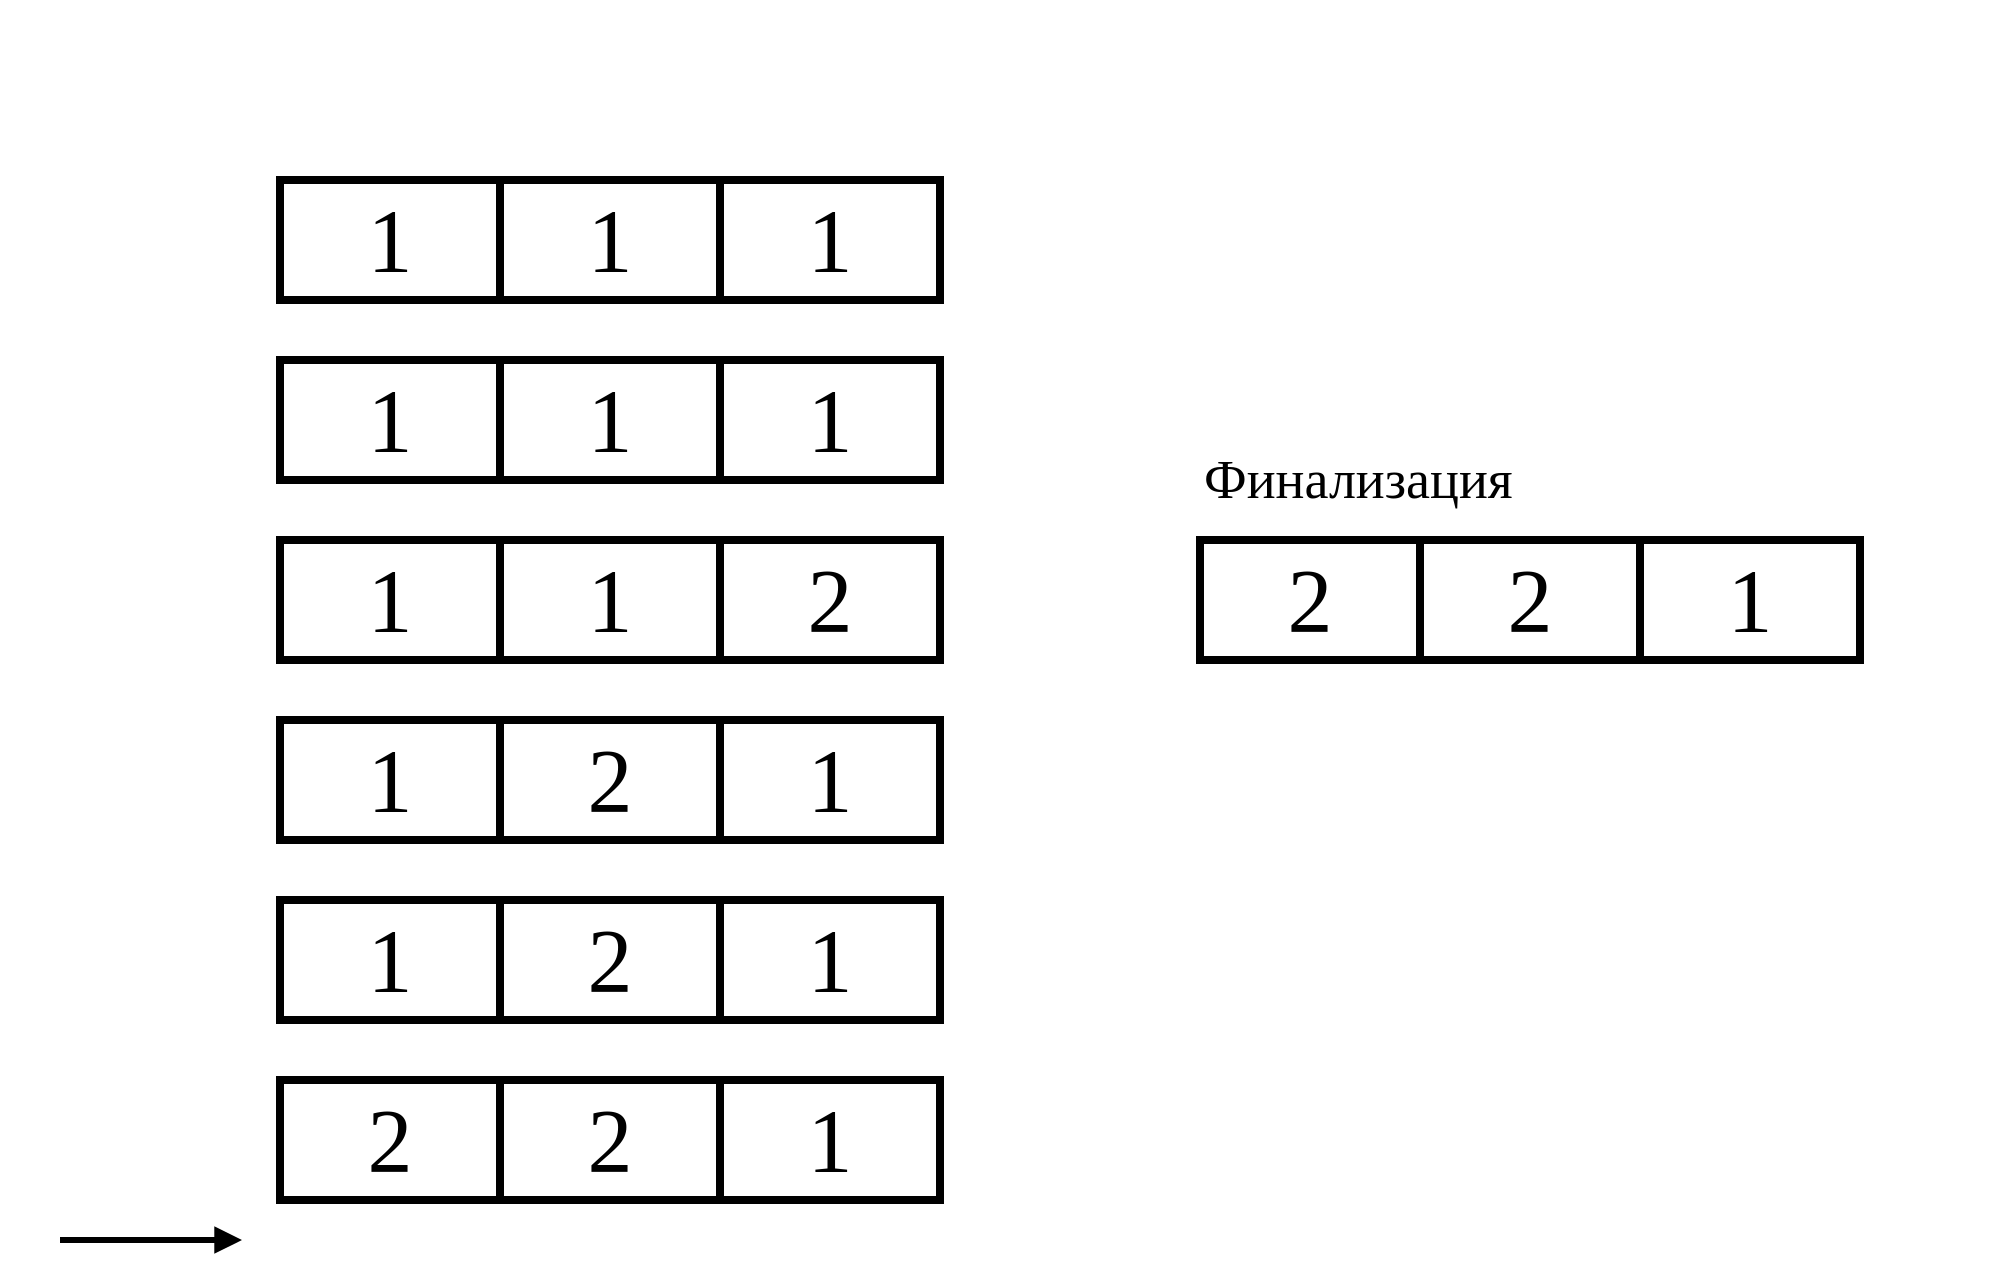
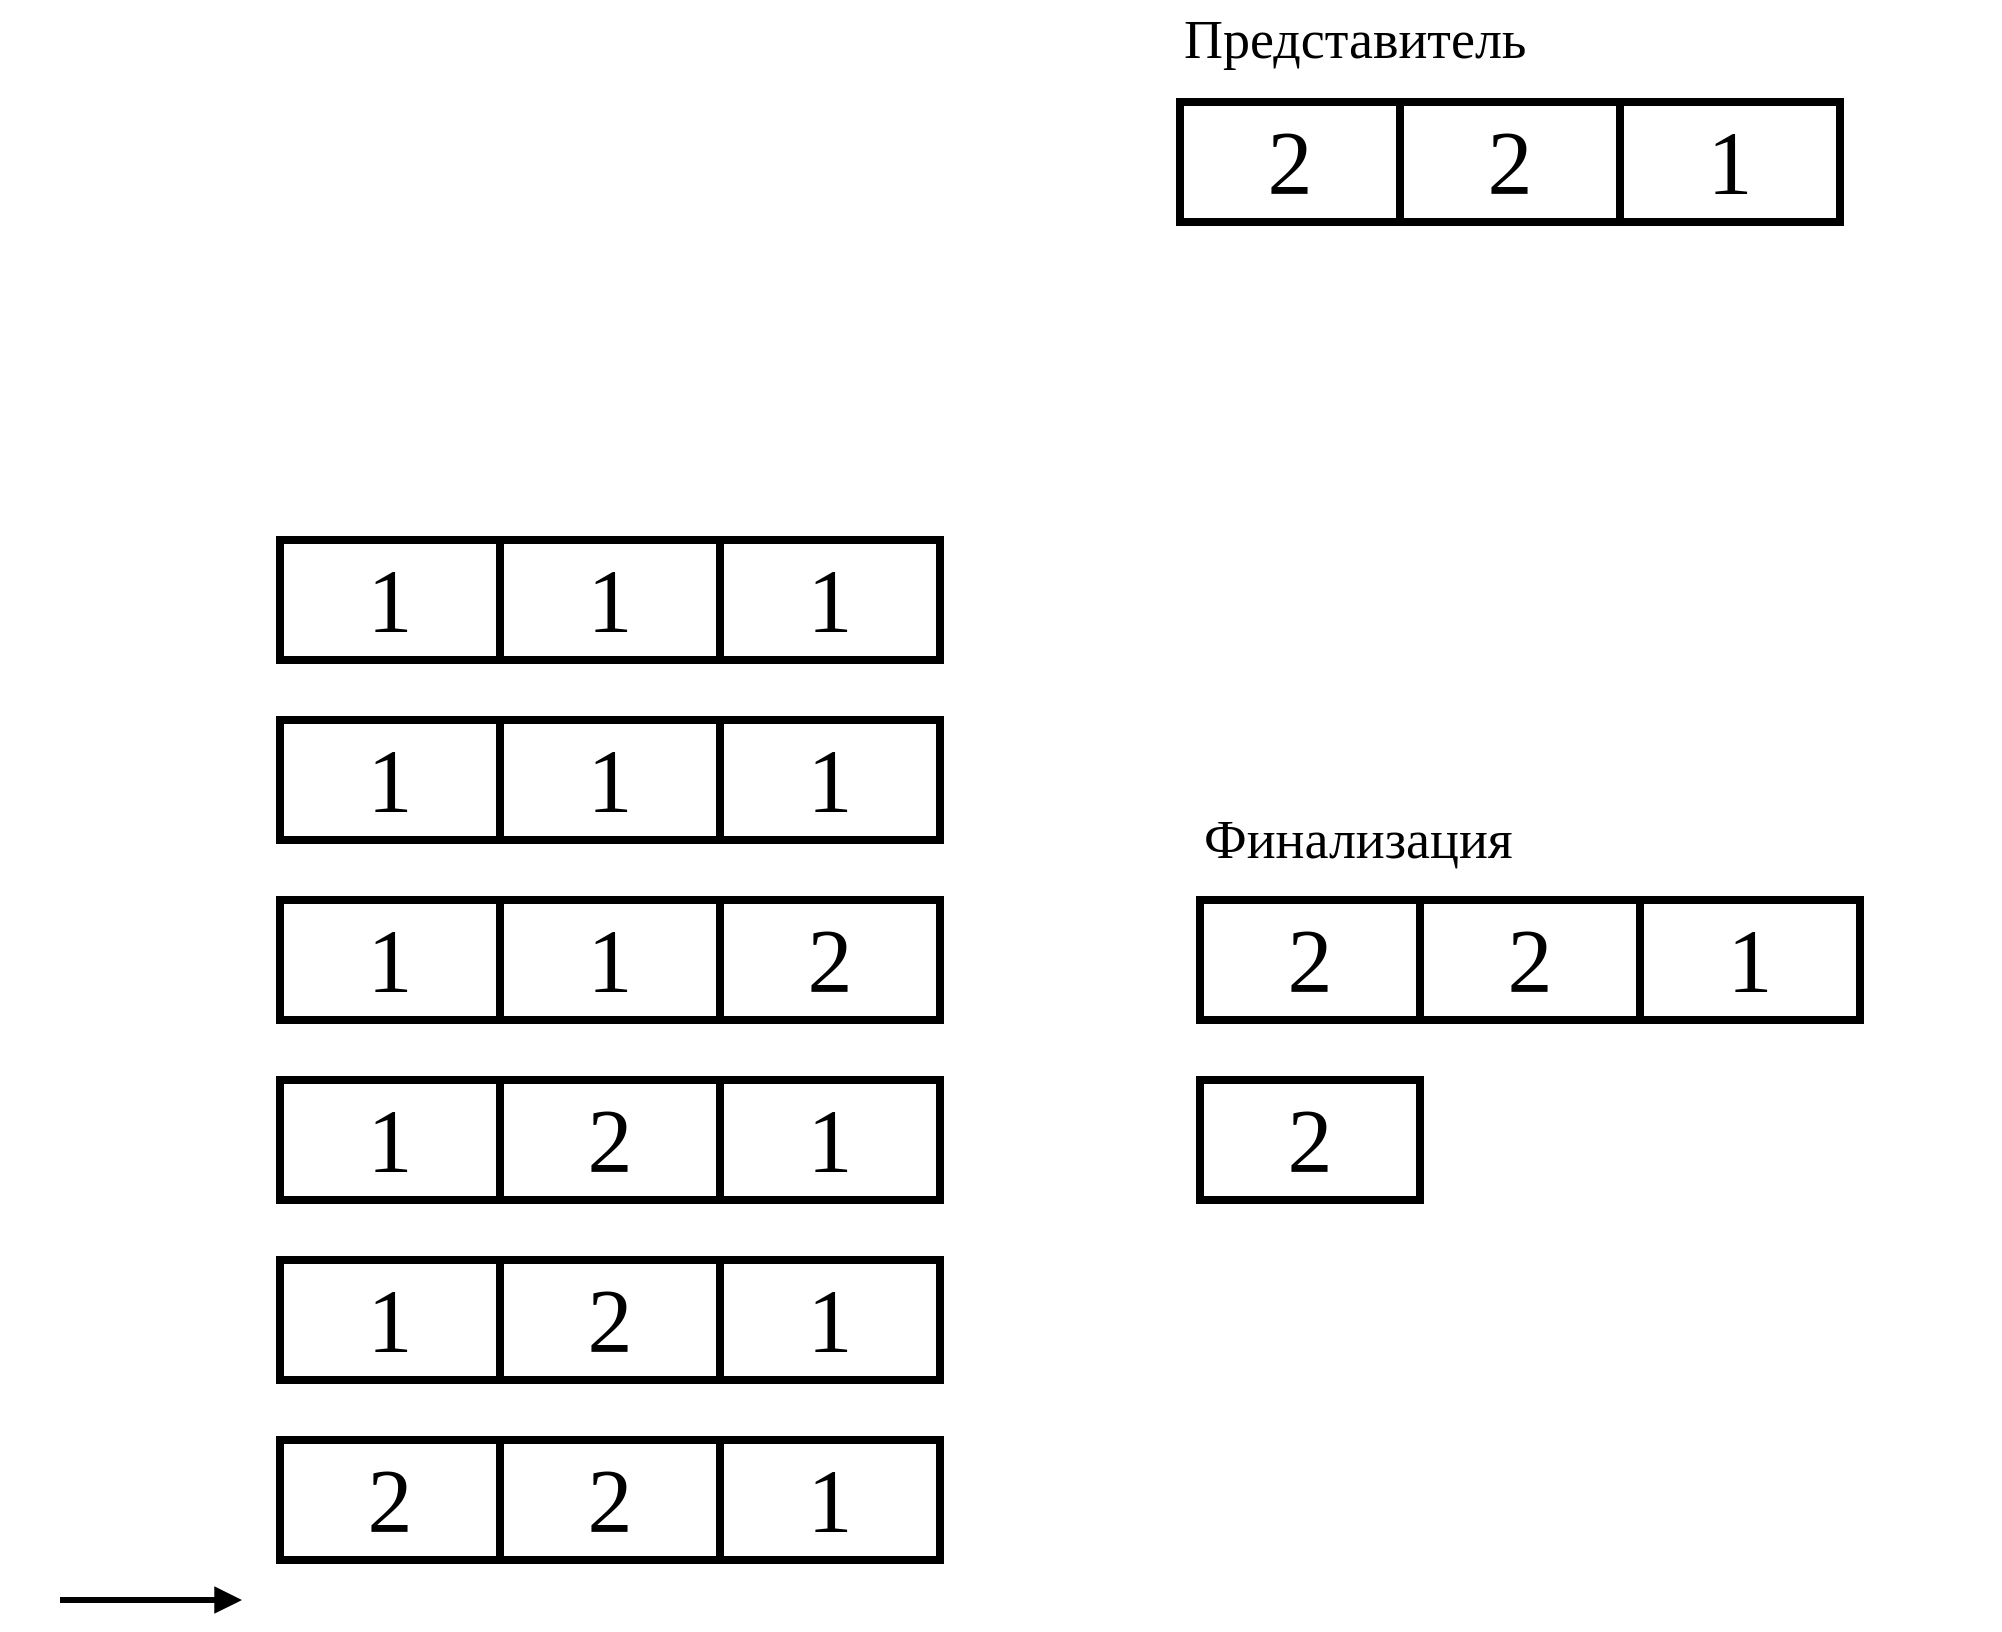
<mxfile host="Electron" agent="Mozilla/5.0 (X11; Linux x86_64) AppleWebKit/537.36 (KHTML, like Gecko) draw.io/28.2.5 Chrome/138.0.7204.251 Electron/37.6.1 Safari/537.36" version="28.2.5">
  <diagram name="Page-1" id="GfGg8vSMIT9For8mOx6F">
-     <mxGraphModel dx="2053" dy="1203" grid="1" gridSize="10" guides="1" tooltips="1" connect="1" arrows="1" fold="1" page="1" pageScale="1" pageWidth="827" pageHeight="1169" math="0" shadow="0">
+     <mxGraphModel dx="1893" dy="1046" grid="1" gridSize="10" guides="1" tooltips="1" connect="1" arrows="1" fold="1" page="1" pageScale="1" pageWidth="827" pageHeight="1169" math="0" shadow="0">
      <root>
        <mxCell id="0" />
        <mxCell id="1" parent="0" />
-         <mxCell id="SmQE3OdJal49Trbu4Vu5-57" value="" style="rounded=0;whiteSpace=wrap;html=1;strokeColor=none;" vertex="1" parent="1">
+         <mxCell id="SmQE3OdJal49Trbu4Vu5-57" value="" style="rounded=0;whiteSpace=wrap;html=1;strokeColor=none;" parent="1" vertex="1">
          <mxGeometry x="-70" y="530" width="1000" height="635" as="geometry" />
        </mxCell>
-         <mxCell id="SmQE3OdJal49Trbu4Vu5-2" value="1" style="rounded=0;whiteSpace=wrap;html=1;fontFamily=JetBrains Mono;fontSize=45;strokeWidth=4;" vertex="1" parent="1">
+         <mxCell id="SmQE3OdJal49Trbu4Vu5-2" value="1" style="rounded=0;whiteSpace=wrap;html=1;fontFamily=JetBrains Mono;fontSize=45;strokeWidth=4;" parent="1" vertex="1">
          <mxGeometry x="70" y="620" width="110" height="60" as="geometry" />
        </mxCell>
-         <mxCell id="SmQE3OdJal49Trbu4Vu5-3" value="1" style="rounded=0;whiteSpace=wrap;html=1;fontFamily=JetBrains Mono;fontSize=45;strokeWidth=4;" vertex="1" parent="1">
+         <mxCell id="SmQE3OdJal49Trbu4Vu5-3" value="1" style="rounded=0;whiteSpace=wrap;html=1;fontFamily=JetBrains Mono;fontSize=45;strokeWidth=4;fillColor=#FFFFFF;" parent="1" vertex="1">
          <mxGeometry x="180" y="620" width="110" height="60" as="geometry" />
        </mxCell>
-         <mxCell id="SmQE3OdJal49Trbu4Vu5-4" value="1" style="rounded=0;whiteSpace=wrap;html=1;fontFamily=JetBrains Mono;fontSize=45;strokeWidth=4;" vertex="1" parent="1">
+         <mxCell id="SmQE3OdJal49Trbu4Vu5-4" value="1" style="rounded=0;whiteSpace=wrap;html=1;fontFamily=JetBrains Mono;fontSize=45;strokeWidth=4;fillColor=#FFFFFF;" parent="1" vertex="1">
          <mxGeometry x="290" y="620" width="110" height="60" as="geometry" />
        </mxCell>
-         <mxCell id="SmQE3OdJal49Trbu4Vu5-5" value="1" style="rounded=0;whiteSpace=wrap;html=1;fontFamily=JetBrains Mono;fontSize=45;strokeWidth=4;" vertex="1" parent="1">
+         <mxCell id="SmQE3OdJal49Trbu4Vu5-5" value="1" style="rounded=0;whiteSpace=wrap;html=1;fontFamily=JetBrains Mono;fontSize=45;strokeWidth=4;" parent="1" vertex="1">
          <mxGeometry x="70" y="710" width="110" height="60" as="geometry" />
        </mxCell>
-         <mxCell id="SmQE3OdJal49Trbu4Vu5-6" value="1" style="rounded=0;whiteSpace=wrap;html=1;fontFamily=JetBrains Mono;fontSize=45;strokeWidth=4;" vertex="1" parent="1">
+         <mxCell id="SmQE3OdJal49Trbu4Vu5-6" value="1" style="rounded=0;whiteSpace=wrap;html=1;fontFamily=JetBrains Mono;fontSize=45;strokeWidth=4;fillColor=#FFFFFF;" parent="1" vertex="1">
          <mxGeometry x="180" y="710" width="110" height="60" as="geometry" />
        </mxCell>
-         <mxCell id="SmQE3OdJal49Trbu4Vu5-7" value="1" style="rounded=0;whiteSpace=wrap;html=1;fontFamily=JetBrains Mono;fontSize=45;strokeWidth=4;" vertex="1" parent="1">
+         <mxCell id="SmQE3OdJal49Trbu4Vu5-7" value="1" style="rounded=0;whiteSpace=wrap;html=1;fontFamily=JetBrains Mono;fontSize=45;strokeWidth=4;fillColor=#FFFFFF;" parent="1" vertex="1">
          <mxGeometry x="290" y="710" width="110" height="60" as="geometry" />
        </mxCell>
-         <mxCell id="SmQE3OdJal49Trbu4Vu5-8" value="1" style="rounded=0;whiteSpace=wrap;html=1;fontFamily=JetBrains Mono;fontSize=45;strokeWidth=4;" vertex="1" parent="1">
+         <mxCell id="SmQE3OdJal49Trbu4Vu5-8" value="1" style="rounded=0;whiteSpace=wrap;html=1;fontFamily=JetBrains Mono;fontSize=45;strokeWidth=4;" parent="1" vertex="1">
          <mxGeometry x="70" y="800" width="110" height="60" as="geometry" />
        </mxCell>
-         <mxCell id="SmQE3OdJal49Trbu4Vu5-9" value="1" style="rounded=0;whiteSpace=wrap;html=1;fontFamily=JetBrains Mono;fontSize=45;strokeWidth=4;" vertex="1" parent="1">
+         <mxCell id="SmQE3OdJal49Trbu4Vu5-9" value="1" style="rounded=0;whiteSpace=wrap;html=1;fontFamily=JetBrains Mono;fontSize=45;strokeWidth=4;fillColor=#FFFFFF;" parent="1" vertex="1">
          <mxGeometry x="180" y="800" width="110" height="60" as="geometry" />
        </mxCell>
-         <mxCell id="SmQE3OdJal49Trbu4Vu5-10" value="&lt;font style=&quot;color: rgb(0, 0, 0);&quot;&gt;2&lt;/font&gt;" style="rounded=0;whiteSpace=wrap;html=1;fontFamily=JetBrains Mono;fontSize=45;strokeWidth=4;" vertex="1" parent="1">
+         <mxCell id="SmQE3OdJal49Trbu4Vu5-10" value="&lt;font style=&quot;color: rgb(0, 0, 0);&quot;&gt;2&lt;/font&gt;" style="rounded=0;whiteSpace=wrap;html=1;fontFamily=JetBrains Mono;fontSize=45;strokeWidth=4;fillColor=#FFFFFF;" parent="1" vertex="1">
          <mxGeometry x="290" y="800" width="110" height="60" as="geometry" />
        </mxCell>
-         <mxCell id="SmQE3OdJal49Trbu4Vu5-11" value="1" style="rounded=0;whiteSpace=wrap;html=1;fontFamily=JetBrains Mono;fontSize=45;strokeWidth=4;" vertex="1" parent="1">
+         <mxCell id="SmQE3OdJal49Trbu4Vu5-11" value="1" style="rounded=0;whiteSpace=wrap;html=1;fontFamily=JetBrains Mono;fontSize=45;strokeWidth=4;" parent="1" vertex="1">
          <mxGeometry x="70" y="890" width="110" height="60" as="geometry" />
        </mxCell>
-         <mxCell id="SmQE3OdJal49Trbu4Vu5-12" value="2" style="rounded=0;whiteSpace=wrap;html=1;fontFamily=JetBrains Mono;fontSize=45;strokeWidth=4;fontColor=#000000;" vertex="1" parent="1">
+         <mxCell id="SmQE3OdJal49Trbu4Vu5-12" value="&lt;font style=&quot;color: rgb(0, 0, 0);&quot;&gt;2&lt;/font&gt;" style="rounded=0;whiteSpace=wrap;html=1;fontFamily=JetBrains Mono;fontSize=45;strokeWidth=4;fontColor=#CC0000;labelBackgroundColor=none;fillColor=#FFFFFF;" parent="1" vertex="1">
          <mxGeometry x="180" y="890" width="110" height="60" as="geometry" />
        </mxCell>
-         <mxCell id="SmQE3OdJal49Trbu4Vu5-13" value="1" style="rounded=0;whiteSpace=wrap;html=1;fontFamily=JetBrains Mono;fontSize=45;strokeWidth=4;fontColor=#000000;" vertex="1" parent="1">
+         <mxCell id="SmQE3OdJal49Trbu4Vu5-13" value="&lt;font style=&quot;color: rgb(0, 0, 0);&quot;&gt;1&lt;/font&gt;" style="rounded=0;whiteSpace=wrap;html=1;fontFamily=JetBrains Mono;fontSize=45;strokeWidth=4;fontColor=#CC0000;labelBackgroundColor=none;fillColor=#FFFFFF;" parent="1" vertex="1">
          <mxGeometry x="290" y="890" width="110" height="60" as="geometry" />
        </mxCell>
-         <mxCell id="SmQE3OdJal49Trbu4Vu5-14" value="1" style="rounded=0;whiteSpace=wrap;html=1;fontFamily=JetBrains Mono;fontSize=45;strokeWidth=4;" vertex="1" parent="1">
+         <mxCell id="SmQE3OdJal49Trbu4Vu5-14" value="1" style="rounded=0;whiteSpace=wrap;html=1;fontFamily=JetBrains Mono;fontSize=45;strokeWidth=4;" parent="1" vertex="1">
          <mxGeometry x="70" y="980" width="110" height="60" as="geometry" />
        </mxCell>
-         <mxCell id="SmQE3OdJal49Trbu4Vu5-15" value="2" style="rounded=0;whiteSpace=wrap;html=1;fontFamily=JetBrains Mono;fontSize=45;strokeWidth=4;" vertex="1" parent="1">
+         <mxCell id="SmQE3OdJal49Trbu4Vu5-15" value="2" style="rounded=0;whiteSpace=wrap;html=1;fontFamily=JetBrains Mono;fontSize=45;strokeWidth=4;fillColor=#FFFFFF;" parent="1" vertex="1">
          <mxGeometry x="180" y="980" width="110" height="60" as="geometry" />
        </mxCell>
-         <mxCell id="SmQE3OdJal49Trbu4Vu5-16" value="1" style="rounded=0;whiteSpace=wrap;html=1;fontFamily=JetBrains Mono;fontSize=45;strokeWidth=4;" vertex="1" parent="1">
+         <mxCell id="SmQE3OdJal49Trbu4Vu5-16" value="1" style="rounded=0;whiteSpace=wrap;html=1;fontFamily=JetBrains Mono;fontSize=45;strokeWidth=4;fillColor=#FFFFFF;" parent="1" vertex="1">
          <mxGeometry x="290" y="980" width="110" height="60" as="geometry" />
        </mxCell>
-         <mxCell id="SmQE3OdJal49Trbu4Vu5-17" value="&lt;font style=&quot;color: rgb(0, 0, 0);&quot;&gt;2&lt;/font&gt;" style="rounded=0;whiteSpace=wrap;html=1;fontFamily=JetBrains Mono;fontSize=45;strokeWidth=4;" vertex="1" parent="1">
+         <mxCell id="SmQE3OdJal49Trbu4Vu5-17" value="&lt;font style=&quot;&quot;&gt;2&lt;/font&gt;" style="rounded=0;whiteSpace=wrap;html=1;fontFamily=JetBrains Mono;fontSize=45;strokeWidth=4;fontColor=#000000;" parent="1" vertex="1">
          <mxGeometry x="70" y="1070" width="110" height="60" as="geometry" />
        </mxCell>
-         <mxCell id="SmQE3OdJal49Trbu4Vu5-18" value="2" style="rounded=0;whiteSpace=wrap;html=1;fontFamily=JetBrains Mono;fontSize=45;strokeWidth=4;" vertex="1" parent="1">
+         <mxCell id="SmQE3OdJal49Trbu4Vu5-18" value="2" style="rounded=0;whiteSpace=wrap;html=1;fontFamily=JetBrains Mono;fontSize=45;strokeWidth=4;fillColor=#FFFFFF;" parent="1" vertex="1">
          <mxGeometry x="180" y="1070" width="110" height="60" as="geometry" />
        </mxCell>
-         <mxCell id="SmQE3OdJal49Trbu4Vu5-19" value="1" style="rounded=0;whiteSpace=wrap;html=1;fontFamily=JetBrains Mono;fontSize=45;strokeWidth=4;" vertex="1" parent="1">
+         <mxCell id="SmQE3OdJal49Trbu4Vu5-19" value="1" style="rounded=0;whiteSpace=wrap;html=1;fontFamily=JetBrains Mono;fontSize=45;strokeWidth=4;fillColor=#FFFFFF;" parent="1" vertex="1">
          <mxGeometry x="290" y="1070" width="110" height="60" as="geometry" />
        </mxCell>
-         <mxCell id="SmQE3OdJal49Trbu4Vu5-67" value="" style="endArrow=block;html=1;rounded=0;strokeWidth=3;endFill=1;" edge="1" parent="1">
+         <mxCell id="SmQE3OdJal49Trbu4Vu5-68" value="2" style="rounded=0;whiteSpace=wrap;html=1;fontFamily=JetBrains Mono;fontSize=45;strokeWidth=4;" parent="1" vertex="1">
+           <mxGeometry x="530" y="800" width="110" height="60" as="geometry" />
+         </mxCell>
+         <mxCell id="SmQE3OdJal49Trbu4Vu5-69" value="2" style="rounded=0;whiteSpace=wrap;html=1;fontFamily=JetBrains Mono;fontSize=45;strokeWidth=4;" parent="1" vertex="1">
+           <mxGeometry x="640" y="800" width="110" height="60" as="geometry" />
+         </mxCell>
+         <mxCell id="SmQE3OdJal49Trbu4Vu5-70" value="1" style="rounded=0;whiteSpace=wrap;html=1;fontFamily=JetBrains Mono;fontSize=45;strokeWidth=4;fillColor=#FFFFFF;" parent="1" vertex="1">
+           <mxGeometry x="750" y="800" width="110" height="60" as="geometry" />
+         </mxCell>
+         <mxCell id="SmQE3OdJal49Trbu4Vu5-71" value="Финализация" style="text;html=1;align=left;verticalAlign=middle;whiteSpace=wrap;rounded=0;fontFamily=JetBrains Mono;fontSize=27;" parent="1" vertex="1">
+           <mxGeometry x="530" y="750" width="230" height="40" as="geometry" />
+         </mxCell>
+         <mxCell id="uZq-f3C6VCOJLq-CBsh3-3" value="2" style="rounded=0;whiteSpace=wrap;html=1;fontFamily=JetBrains Mono;fontSize=45;strokeWidth=4;" vertex="1" parent="1">
+           <mxGeometry x="520" y="401" width="110" height="60" as="geometry" />
+         </mxCell>
+         <mxCell id="uZq-f3C6VCOJLq-CBsh3-4" value="2" style="rounded=0;whiteSpace=wrap;html=1;fontFamily=JetBrains Mono;fontSize=45;strokeWidth=4;fillColor=#FFFFFF;" vertex="1" parent="1">
+           <mxGeometry x="630" y="401" width="110" height="60" as="geometry" />
+         </mxCell>
+         <mxCell id="uZq-f3C6VCOJLq-CBsh3-5" value="1" style="rounded=0;whiteSpace=wrap;html=1;fontFamily=JetBrains Mono;fontSize=45;strokeWidth=4;fillColor=#FFFFFF;" vertex="1" parent="1">
+           <mxGeometry x="740" y="401" width="110" height="60" as="geometry" />
+         </mxCell>
+         <mxCell id="uZq-f3C6VCOJLq-CBsh3-6" value="Представитель" style="text;html=1;align=left;verticalAlign=middle;whiteSpace=wrap;rounded=0;fontFamily=JetBrains Mono;fontSize=27;" vertex="1" parent="1">
+           <mxGeometry x="520" y="350" width="230" height="40" as="geometry" />
+         </mxCell>
+         <mxCell id="uZq-f3C6VCOJLq-CBsh3-17" value="2" style="rounded=0;whiteSpace=wrap;html=1;fontFamily=JetBrains Mono;fontSize=45;strokeWidth=4;" vertex="1" parent="1">
+           <mxGeometry x="530" y="890" width="110" height="60" as="geometry" />
+         </mxCell>
+         <mxCell id="uZq-f3C6VCOJLq-CBsh3-24" value="" style="endArrow=block;html=1;rounded=0;strokeWidth=3;endFill=1;" edge="1" parent="1">
          <mxGeometry width="50" height="50" relative="1" as="geometry">
            <mxPoint x="-40" y="1150" as="sourcePoint" />
            <mxPoint x="51" y="1150" as="targetPoint" />
          </mxGeometry>
        </mxCell>
-         <mxCell id="SmQE3OdJal49Trbu4Vu5-68" value="2" style="rounded=0;whiteSpace=wrap;html=1;fontFamily=JetBrains Mono;fontSize=45;strokeWidth=4;" vertex="1" parent="1">
-           <mxGeometry x="530" y="800" width="110" height="60" as="geometry" />
-         </mxCell>
-         <mxCell id="SmQE3OdJal49Trbu4Vu5-69" value="2" style="rounded=0;whiteSpace=wrap;html=1;fontFamily=JetBrains Mono;fontSize=45;strokeWidth=4;" vertex="1" parent="1">
-           <mxGeometry x="640" y="800" width="110" height="60" as="geometry" />
-         </mxCell>
-         <mxCell id="SmQE3OdJal49Trbu4Vu5-70" value="1" style="rounded=0;whiteSpace=wrap;html=1;fontFamily=JetBrains Mono;fontSize=45;strokeWidth=4;" vertex="1" parent="1">
-           <mxGeometry x="750" y="800" width="110" height="60" as="geometry" />
-         </mxCell>
-         <mxCell id="SmQE3OdJal49Trbu4Vu5-71" value="Финализация" style="text;html=1;align=left;verticalAlign=middle;whiteSpace=wrap;rounded=0;fontFamily=JetBrains Mono;fontSize=27;" vertex="1" parent="1">
-           <mxGeometry x="530" y="750" width="230" height="40" as="geometry" />
-         </mxCell>
      </root>
    </mxGraphModel>
  </diagram>
</mxfile>
